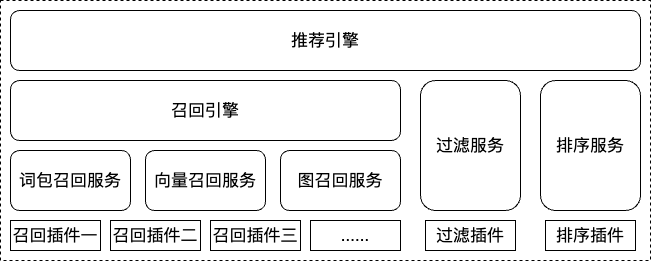
The draw.io diagram 标签推荐逻辑业界方案.png in liujunao/draw-data, before a commit. Source tidied: cells renumbered, new cells last; positions are measured from the earlier drawing's top-left corner, leaving out a move shared by most shapes. Source of this version:
```xml
<mxGraphModel>
  <root>
    <mxCell id="0" />
    <mxCell id="1" parent="0" />
    <mxCell id="2" style="rounded=0;whiteSpace=wrap;html=1;dashed=1;" parent="1" vertex="1">
      <mxGeometry width="650" height="260" as="geometry" />
    </mxCell>
    <mxCell id="3" value="&lt;font size=&quot;3&quot;&gt;推荐引擎&lt;/font&gt;" style="rounded=1;whiteSpace=wrap;html=1;" parent="1" vertex="1">
      <mxGeometry x="10" y="10" width="630" height="60" as="geometry" />
    </mxCell>
    <mxCell id="4" value="&lt;font size=&quot;3&quot;&gt;召回引擎&lt;/font&gt;" style="rounded=1;whiteSpace=wrap;html=1;" parent="1" vertex="1">
      <mxGeometry x="10" y="80" width="390" height="60" as="geometry" />
    </mxCell>
    <mxCell id="5" value="&lt;font size=&quot;3&quot;&gt;词包召回服务&lt;/font&gt;" style="rounded=1;whiteSpace=wrap;html=1;" parent="1" vertex="1">
      <mxGeometry x="10" y="150" width="120" height="60" as="geometry" />
    </mxCell>
    <mxCell id="6" value="&lt;font size=&quot;3&quot;&gt;向量召回服务&lt;/font&gt;" style="rounded=1;whiteSpace=wrap;html=1;" parent="1" vertex="1">
      <mxGeometry x="145" y="150" width="120" height="60" as="geometry" />
    </mxCell>
    <mxCell id="7" value="&lt;font size=&quot;3&quot;&gt;图召回服务&lt;/font&gt;" style="rounded=1;whiteSpace=wrap;html=1;" parent="1" vertex="1">
      <mxGeometry x="280" y="150" width="120" height="60" as="geometry" />
    </mxCell>
    <mxCell id="8" value="&lt;font size=&quot;3&quot;&gt;召回插件一&lt;/font&gt;" style="rounded=0;whiteSpace=wrap;html=1;" parent="1" vertex="1">
      <mxGeometry x="10" y="220" width="90" height="30" as="geometry" />
    </mxCell>
    <mxCell id="9" value="&lt;font size=&quot;3&quot;&gt;召回插件二&lt;/font&gt;" style="rounded=0;whiteSpace=wrap;html=1;" parent="1" vertex="1">
      <mxGeometry x="110" y="220" width="90" height="30" as="geometry" />
    </mxCell>
    <mxCell id="10" value="&lt;font size=&quot;3&quot;&gt;......&lt;/font&gt;" style="rounded=0;whiteSpace=wrap;html=1;" parent="1" vertex="1">
      <mxGeometry x="310" y="220" width="90" height="30" as="geometry" />
    </mxCell>
    <mxCell id="11" value="&lt;font size=&quot;3&quot;&gt;召回插件三&lt;/font&gt;" style="rounded=0;whiteSpace=wrap;html=1;" parent="1" vertex="1">
      <mxGeometry x="210" y="220" width="90" height="30" as="geometry" />
    </mxCell>
    <mxCell id="12" value="&lt;font size=&quot;3&quot;&gt;过滤服务&lt;/font&gt;" style="rounded=1;whiteSpace=wrap;html=1;" parent="1" vertex="1">
      <mxGeometry x="420" y="80" width="100" height="130" as="geometry" />
    </mxCell>
    <mxCell id="13" value="&lt;font size=&quot;3&quot;&gt;过滤插件&lt;/font&gt;" style="rounded=0;whiteSpace=wrap;html=1;" parent="1" vertex="1">
      <mxGeometry x="425" y="220" width="90" height="30" as="geometry" />
    </mxCell>
    <mxCell id="14" value="&lt;font size=&quot;3&quot;&gt;排序服务&lt;/font&gt;" style="rounded=1;whiteSpace=wrap;html=1;" parent="1" vertex="1">
      <mxGeometry x="540" y="80" width="100" height="130" as="geometry" />
    </mxCell>
    <mxCell id="15" value="&lt;font size=&quot;3&quot;&gt;排序插件&lt;/font&gt;" style="rounded=0;whiteSpace=wrap;html=1;" parent="1" vertex="1">
      <mxGeometry x="545" y="220" width="90" height="30" as="geometry" />
    </mxCell>
  </root>
</mxGraphModel>
```
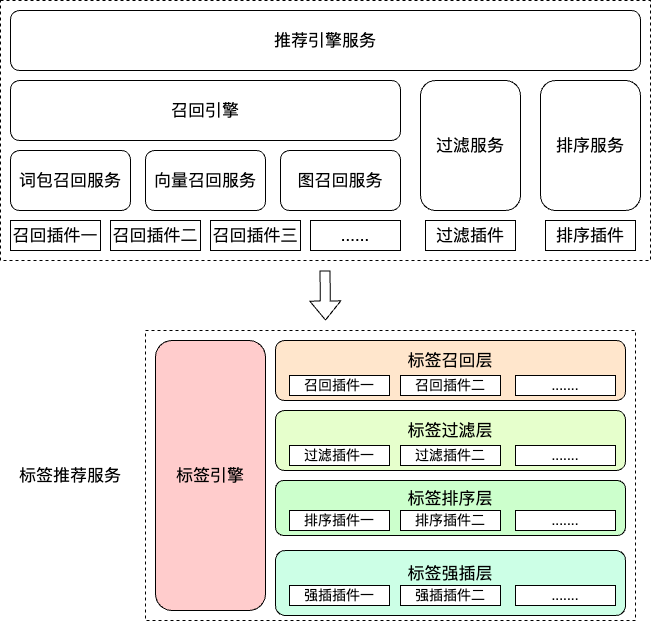
The same file after the commit.

Commit message:
更新标签推荐逻辑业界方案.png

The edit, as a diff of the source:
```diff
@@ -5,7 +5,7 @@
     <mxCell id="2" style="rounded=0;whiteSpace=wrap;html=1;dashed=1;" parent="1" vertex="1">
       <mxGeometry width="650" height="260" as="geometry" />
     </mxCell>
-    <mxCell id="3" value="&lt;font size=&quot;3&quot;&gt;推荐引擎&lt;/font&gt;" style="rounded=1;whiteSpace=wrap;html=1;" parent="1" vertex="1">
+    <mxCell id="3" value="&lt;font size=&quot;3&quot;&gt;推荐引擎服务&lt;/font&gt;" style="rounded=1;whiteSpace=wrap;html=1;" parent="1" vertex="1">
       <mxGeometry x="10" y="10" width="630" height="60" as="geometry" />
     </mxCell>
     <mxCell id="4" value="&lt;font size=&quot;3&quot;&gt;召回引擎&lt;/font&gt;" style="rounded=1;whiteSpace=wrap;html=1;" parent="1" vertex="1">
@@ -44,5 +44,68 @@
     <mxCell id="15" value="&lt;font size=&quot;3&quot;&gt;排序插件&lt;/font&gt;" style="rounded=0;whiteSpace=wrap;html=1;" parent="1" vertex="1">
       <mxGeometry x="545" y="220" width="90" height="30" as="geometry" />
     </mxCell>
+    <mxCell id="16" style="rounded=0;whiteSpace=wrap;html=1;dashed=1;" parent="1" vertex="1">
+      <mxGeometry x="145" y="330" width="490" height="290" as="geometry" />
+    </mxCell>
+    <mxCell id="17" value="&lt;font size=&quot;3&quot;&gt;标签引擎&lt;/font&gt;" style="rounded=1;whiteSpace=wrap;html=1;fillColor=#FFCCCC;" parent="1" vertex="1">
+      <mxGeometry x="155" y="340" width="110" height="270" as="geometry" />
+    </mxCell>
+    <mxCell id="18" value="&lt;font size=&quot;3&quot;&gt;标签过滤层&lt;br&gt;&lt;br&gt;&lt;/font&gt;" style="rounded=1;whiteSpace=wrap;html=1;fillColor=#E6FFCC;" parent="1" vertex="1">
+      <mxGeometry x="275" y="410" width="350" height="60" as="geometry" />
+    </mxCell>
+    <mxCell id="19" value="&lt;font style=&quot;font-size: 14px;&quot;&gt;过滤插件一&lt;/font&gt;" style="rounded=0;whiteSpace=wrap;html=1;" parent="1" vertex="1">
+      <mxGeometry x="289" y="445" width="100" height="20" as="geometry" />
+    </mxCell>
+    <mxCell id="20" value="&lt;font style=&quot;font-size: 14px;&quot;&gt;过滤插件二&lt;/font&gt;" style="rounded=0;whiteSpace=wrap;html=1;" parent="1" vertex="1">
+      <mxGeometry x="400" y="445" width="100" height="20" as="geometry" />
+    </mxCell>
+    <mxCell id="21" value="&lt;font style=&quot;font-size: 14px;&quot;&gt;.......&lt;/font&gt;" style="rounded=0;whiteSpace=wrap;html=1;" parent="1" vertex="1">
+      <mxGeometry x="515" y="445" width="100" height="20" as="geometry" />
+    </mxCell>
+    <mxCell id="22" value="&lt;font size=&quot;3&quot;&gt;标签排序层&lt;br&gt;&lt;br&gt;&lt;/font&gt;" style="rounded=1;whiteSpace=wrap;html=1;fillColor=#CCFFCC;" parent="1" vertex="1">
+      <mxGeometry x="275" y="480" width="350" height="55" as="geometry" />
+    </mxCell>
+    <mxCell id="23" value="&lt;font style=&quot;font-size: 14px;&quot;&gt;排序插件一&lt;/font&gt;" style="rounded=0;whiteSpace=wrap;html=1;" parent="1" vertex="1">
+      <mxGeometry x="289" y="510" width="100" height="20" as="geometry" />
+    </mxCell>
+    <mxCell id="24" value="&lt;font style=&quot;font-size: 14px;&quot;&gt;排序插件二&lt;/font&gt;" style="rounded=0;whiteSpace=wrap;html=1;" parent="1" vertex="1">
+      <mxGeometry x="400" y="510" width="100" height="20" as="geometry" />
+    </mxCell>
+    <mxCell id="25" value="&lt;font style=&quot;font-size: 14px;&quot;&gt;.......&lt;/font&gt;" style="rounded=0;whiteSpace=wrap;html=1;" parent="1" vertex="1">
+      <mxGeometry x="515" y="510" width="100" height="20" as="geometry" />
+    </mxCell>
+    <mxCell id="26" value="&lt;font size=&quot;3&quot;&gt;标签强插层&lt;br&gt;&lt;br&gt;&lt;/font&gt;" style="rounded=1;whiteSpace=wrap;html=1;fillColor=#CCFFE6;" parent="1" vertex="1">
+      <mxGeometry x="275" y="550" width="350" height="65" as="geometry" />
+    </mxCell>
+    <mxCell id="27" value="&lt;font style=&quot;font-size: 14px;&quot;&gt;强插插件一&lt;/font&gt;" style="rounded=0;whiteSpace=wrap;html=1;" parent="1" vertex="1">
+      <mxGeometry x="289" y="585" width="100" height="20" as="geometry" />
+    </mxCell>
+    <mxCell id="28" value="&lt;font style=&quot;font-size: 14px;&quot;&gt;强插插件二&lt;/font&gt;" style="rounded=0;whiteSpace=wrap;html=1;" parent="1" vertex="1">
+      <mxGeometry x="400" y="585" width="100" height="20" as="geometry" />
+    </mxCell>
+    <mxCell id="29" value="&lt;font style=&quot;font-size: 14px;&quot;&gt;.......&lt;/font&gt;" style="rounded=0;whiteSpace=wrap;html=1;" parent="1" vertex="1">
+      <mxGeometry x="515" y="585" width="100" height="20" as="geometry" />
+    </mxCell>
+    <mxCell id="30" value="&lt;font size=&quot;3&quot;&gt;标签召回层&lt;br&gt;&lt;br&gt;&lt;/font&gt;" style="rounded=1;whiteSpace=wrap;html=1;fillColor=#FFE6CC;" parent="1" vertex="1">
+      <mxGeometry x="275" y="340" width="350" height="60" as="geometry" />
+    </mxCell>
+    <mxCell id="31" value="&lt;font style=&quot;font-size: 14px;&quot;&gt;召回插件一&lt;/font&gt;" style="rounded=0;whiteSpace=wrap;html=1;" parent="1" vertex="1">
+      <mxGeometry x="289" y="375" width="100" height="20" as="geometry" />
+    </mxCell>
+    <mxCell id="32" value="&lt;font style=&quot;font-size: 14px;&quot;&gt;召回插件二&lt;/font&gt;" style="rounded=0;whiteSpace=wrap;html=1;" parent="1" vertex="1">
+      <mxGeometry x="400" y="375" width="100" height="20" as="geometry" />
+    </mxCell>
+    <mxCell id="33" value="&lt;font style=&quot;font-size: 14px;&quot;&gt;.......&lt;/font&gt;" style="rounded=0;whiteSpace=wrap;html=1;" parent="1" vertex="1">
+      <mxGeometry x="515" y="375" width="100" height="20" as="geometry" />
+    </mxCell>
+    <mxCell id="34" value="&lt;font size=&quot;3&quot;&gt;标签推荐服务&lt;/font&gt;" style="text;html=1;strokeColor=none;fillColor=none;align=center;verticalAlign=middle;whiteSpace=wrap;rounded=0;" parent="1" vertex="1">
+      <mxGeometry x="10" y="460" width="120" height="30" as="geometry" />
+    </mxCell>
+    <mxCell id="35" style="shape=flexArrow;endArrow=classic;html=1;rounded=0;" parent="1" edge="1">
+      <mxGeometry relative="1" as="geometry">
+        <mxPoint x="324.5" y="270" as="sourcePoint" />
+        <mxPoint x="325" y="320" as="targetPoint" />
+      </mxGeometry>
+    </mxCell>
   </root>
 </mxGraphModel>
```
